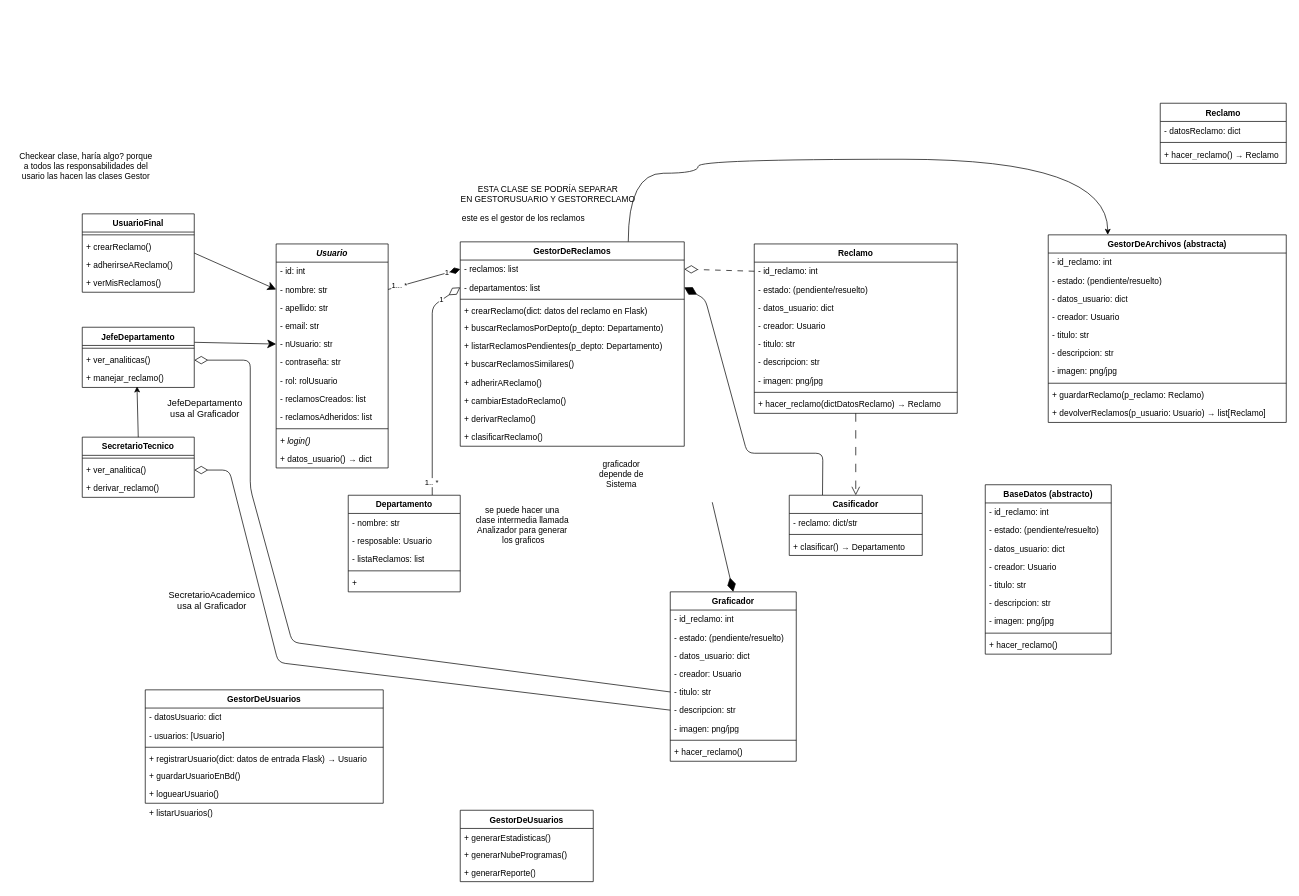
Above: page "UML" (1 of 3) of TrabajoPractico_3/docs/diagrama_UML_TP3.drawio in FelipeCarrozzo/prog_avanzada (draw.io), before the change. Source tidied: cells renumbered, new cells numbered last; positions are measured from the earlier drawing's top-left corner, leaving out a move shared by most shapes. Both pictures are drawn from the tidied source at 70%, with x=0, y=0 at pixel (12, 103).
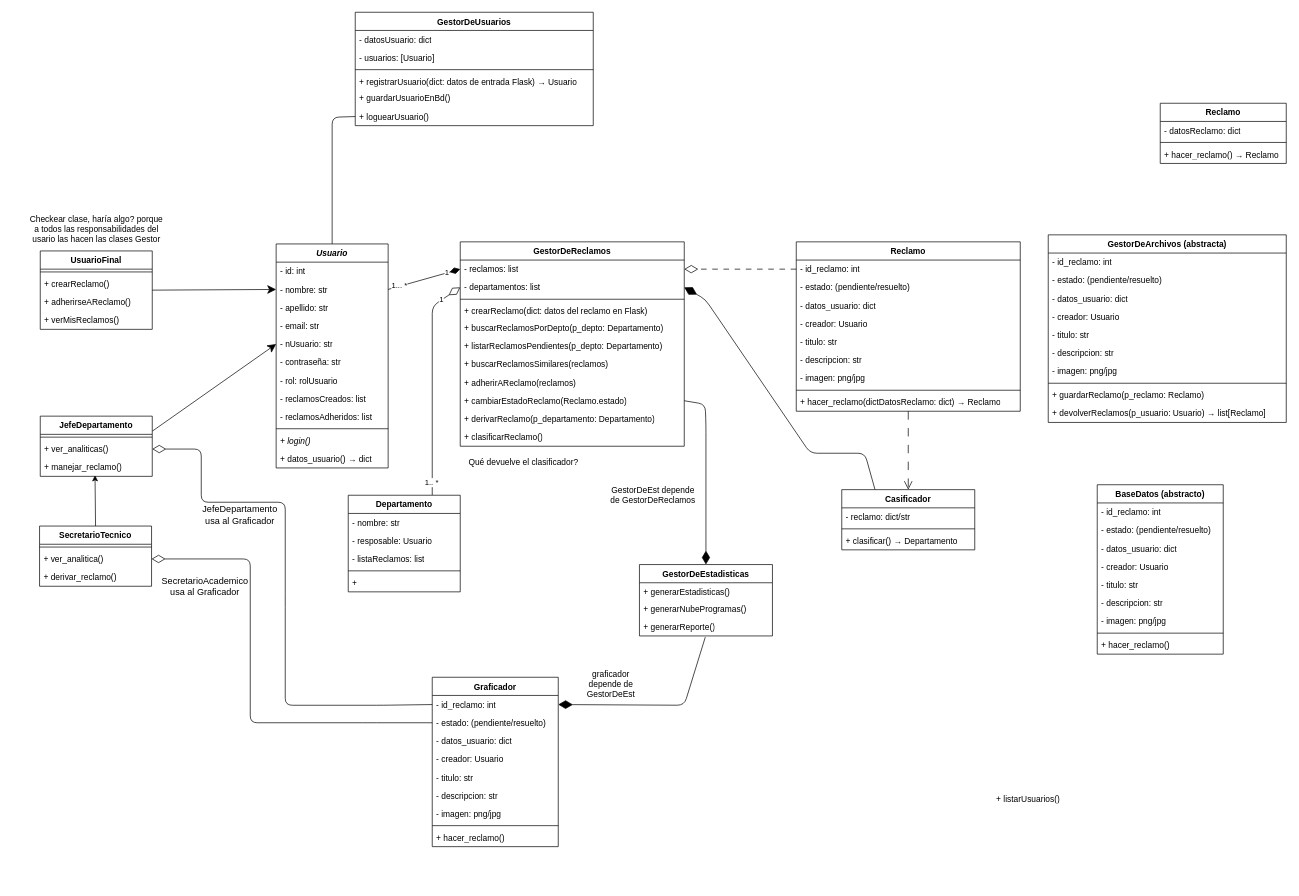
Above is the later version.

Commit message:
Cambios en el UML

The change refers to these unchanged cells:
```xml
<mxCell id="8" value="&lt;i&gt;&lt;font style=&quot;color: rgb(0, 0, 0);&quot;&gt;Usuario&lt;/font&gt;&lt;/i&gt;" style="swimlane;fontStyle=1;align=center;verticalAlign=top;horizontal=1;startSize=26;whiteSpace=wrap;html=1;" parent="1" vertex="1">
  <mxGeometry x="377" y="201" width="160" height="320" as="geometry" />
</mxCell>
<mxCell id="23" value="+ ver_analitica()" style="text;strokeColor=none;fillColor=none;align=left;verticalAlign=top;spacingLeft=4;spacingRight=4;overflow=hidden;points=[[0,0.5],[1,0.5]];portConstraint=eastwest;whiteSpace=wrap;html=1;" parent="21" vertex="1">
  <mxGeometry y="34" width="160" height="26" as="geometry" />
</mxCell>
<mxCell id="28" value="+ ver_analiticas()" style="text;strokeColor=none;fillColor=none;align=left;verticalAlign=top;spacingLeft=4;spacingRight=4;overflow=hidden;points=[[0,0.5],[1,0.5]];portConstraint=eastwest;whiteSpace=wrap;html=1;" parent="26" vertex="1">
  <mxGeometry y="34" width="160" height="26" as="geometry" />
</mxCell>
<mxCell id="56" value="GestorDeReclamos" style="swimlane;fontStyle=1;align=center;verticalAlign=top;horizontal=1;startSize=26;whiteSpace=wrap;html=1;" parent="1" vertex="1">
  <mxGeometry x="640" y="198" width="320" height="292" as="geometry" />
</mxCell>
<mxCell id="58" value="- departamentos: list" style="text;strokeColor=none;fillColor=none;align=left;verticalAlign=top;spacingLeft=4;spacingRight=4;overflow=hidden;points=[[0,0.5],[1,0.5]];portConstraint=eastwest;whiteSpace=wrap;html=1;" parent="56" vertex="1">
  <mxGeometry y="52" width="320" height="26" as="geometry" />
</mxCell>
<mxCell id="73" value="- id_reclamo: int" style="text;strokeColor=none;fillColor=none;align=left;verticalAlign=top;spacingLeft=4;spacingRight=4;overflow=hidden;points=[[0,0.5],[1,0.5]];portConstraint=eastwest;whiteSpace=wrap;html=1;" parent="72" vertex="1">
  <mxGeometry y="26" width="180" height="26" as="geometry" />
</mxCell>
<mxCell id="74" value="- estado: (pendiente/resuelto)" style="text;strokeColor=none;fillColor=none;align=left;verticalAlign=top;spacingLeft=4;spacingRight=4;overflow=hidden;points=[[0,0.5],[1,0.5]];portConstraint=eastwest;whiteSpace=wrap;html=1;" parent="72" vertex="1">
  <mxGeometry y="52" width="180" height="26" as="geometry" />
</mxCell>
<mxCell id="77" value="- titulo: str" style="text;strokeColor=none;fillColor=none;align=left;verticalAlign=top;spacingLeft=4;spacingRight=4;overflow=hidden;points=[[0,0.5],[1,0.5]];portConstraint=eastwest;whiteSpace=wrap;html=1;" parent="72" vertex="1">
  <mxGeometry y="130" width="180" height="26" as="geometry" />
</mxCell>
<mxCell id="78" value="- descripcion: str" style="text;strokeColor=none;fillColor=none;align=left;verticalAlign=top;spacingLeft=4;spacingRight=4;overflow=hidden;points=[[0,0.5],[1,0.5]];portConstraint=eastwest;whiteSpace=wrap;html=1;" parent="72" vertex="1">
  <mxGeometry y="156" width="180" height="26" as="geometry" />
</mxCell>
<mxCell id="96" value="+ loguearUsuario()" style="text;strokeColor=none;fillColor=none;align=left;verticalAlign=top;spacingLeft=4;spacingRight=4;overflow=hidden;points=[[0,0.5],[1,0.5]];portConstraint=eastwest;whiteSpace=wrap;html=1;" parent="90" vertex="1">
  <mxGeometry y="136" width="340" height="26" as="geometry" />
</mxCell>
<mxCell id="97" value="GestorDeArchivos (abstracta)" style="swimlane;fontStyle=1;align=center;verticalAlign=top;horizontal=1;startSize=26;whiteSpace=wrap;html=1;" parent="1" vertex="1">
  <mxGeometry x="1480" y="188" width="340" height="268" as="geometry" />
</mxCell>
<mxCell id="129" value="+ generarReporte()" style="text;strokeColor=none;fillColor=none;align=left;verticalAlign=top;spacingLeft=4;spacingRight=4;overflow=hidden;points=[[0,0.5],[1,0.5]];portConstraint=eastwest;whiteSpace=wrap;html=1;" parent="126" vertex="1">
  <mxGeometry y="76" width="190" height="26" as="geometry" />
</mxCell>
```

What changed in the source:
```diff
@@
     <mxCell id="3" value="UsuarioFinal" style="swimlane;fontStyle=1;align=center;verticalAlign=top;horizontal=1;startSize=26;whiteSpace=wrap;html=1;" parent="1" vertex="1">
-      <mxGeometry x="100" y="158" width="160" height="112" as="geometry" />
+      <mxGeometry x="40" y="211" width="160" height="112" as="geometry" />
     </mxCell>
@@
     <mxCell id="21" value="SecretarioTecnico" style="swimlane;fontStyle=1;align=center;verticalAlign=top;horizontal=1;startSize=26;whiteSpace=wrap;html=1;" parent="1" vertex="1">
-      <mxGeometry x="100" y="477" width="160" height="86" as="geometry" />
+      <mxGeometry x="39" y="604" width="160" height="86" as="geometry" />
     </mxCell>
@@
     <mxCell id="26" value="JefeDepartamento" style="swimlane;fontStyle=1;align=center;verticalAlign=top;horizontal=1;startSize=26;whiteSpace=wrap;html=1;" parent="1" vertex="1">
-      <mxGeometry x="100" y="320" width="160" height="86" as="geometry" />
+      <mxGeometry x="40" y="447" width="160" height="86" as="geometry" />
     </mxCell>
@@
     <mxCell id="31" value="Reclamo" style="swimlane;fontStyle=1;align=center;verticalAlign=top;horizontal=1;startSize=26;whiteSpace=wrap;html=1;" parent="1" vertex="1">
-      <mxGeometry x="1060" y="201" width="290" height="242" as="geometry" />
+      <mxGeometry x="1120" y="198" width="320" height="242" as="geometry" />
     </mxCell>
     <mxCell id="32" value="- id_reclamo: int" style="text;strokeColor=none;fillColor=none;align=left;verticalAlign=top;spacingLeft=4;spacingRight=4;overflow=hidden;points=[[0,0.5],[1,0.5]];portConstraint=eastwest;whiteSpace=wrap;html=1;" parent="31" vertex="1">
-      <mxGeometry y="26" width="290" height="26" as="geometry" />
+      <mxGeometry y="26" width="320" height="26" as="geometry" />
     </mxCell>
     <mxCell id="33" value="- estado: (pendiente/resuelto)" style="text;strokeColor=none;fillColor=none;align=left;verticalAlign=top;spacingLeft=4;spacingRight=4;overflow=hidden;whiteSpace=wrap;html=1;" parent="31" vertex="1">
-      <mxGeometry y="52" width="290" height="26" as="geometry" />
+      <mxGeometry y="52" width="320" height="26" as="geometry" />
     </mxCell>
     <mxCell id="34" value="- datos_usuario: dict" style="text;strokeColor=none;fillColor=none;align=left;verticalAlign=top;spacingLeft=4;spacingRight=4;overflow=hidden;whiteSpace=wrap;html=1;" parent="31" vertex="1">
-      <mxGeometry y="78" width="290" height="26" as="geometry" />
+      <mxGeometry y="78" width="320" height="26" as="geometry" />
     </mxCell>
     <mxCell id="35" value="- creador: Usuario" style="text;strokeColor=none;fillColor=none;align=left;verticalAlign=top;spacingLeft=4;spacingRight=4;overflow=hidden;whiteSpace=wrap;html=1;" parent="31" vertex="1">
-      <mxGeometry y="104" width="290" height="26" as="geometry" />
+      <mxGeometry y="104" width="320" height="26" as="geometry" />
     </mxCell>
     <mxCell id="36" value="- titulo: str" style="text;strokeColor=none;fillColor=none;align=left;verticalAlign=top;spacingLeft=4;spacingRight=4;overflow=hidden;whiteSpace=wrap;html=1;" parent="31" vertex="1">
-      <mxGeometry y="130" width="290" height="26" as="geometry" />
+      <mxGeometry y="130" width="320" height="26" as="geometry" />
     </mxCell>
     <mxCell id="37" value="- descripcion: str" style="text;strokeColor=none;fillColor=none;align=left;verticalAlign=top;spacingLeft=4;spacingRight=4;overflow=hidden;whiteSpace=wrap;html=1;" parent="31" vertex="1">
-      <mxGeometry y="156" width="290" height="26" as="geometry" />
+      <mxGeometry y="156" width="320" height="26" as="geometry" />
     </mxCell>
     <mxCell id="38" value="- imagen: png/jpg" style="text;strokeColor=none;fillColor=none;align=left;verticalAlign=top;spacingLeft=4;spacingRight=4;overflow=hidden;whiteSpace=wrap;html=1;" parent="31" vertex="1">
-      <mxGeometry y="182" width="290" height="26" as="geometry" />
+      <mxGeometry y="182" width="320" height="26" as="geometry" />
     </mxCell>
     <mxCell id="39" style="line;strokeWidth=1;fillColor=none;align=left;verticalAlign=middle;spacingTop=-1;spacingLeft=3;spacingRight=3;labelPosition=right;strokeColor=inherit;" parent="31" vertex="1">
-      <mxGeometry y="208" width="290" height="8" as="geometry" />
+      <mxGeometry y="208" width="320" height="8" as="geometry" />
     </mxCell>
-    <mxCell id="40" value="&lt;font style=&quot;color: rgb(0, 0, 0);&quot;&gt;+ hacer_reclamo(dictDatosReclamo)&amp;nbsp;→ Reclamo&lt;/font&gt;" style="text;strokeColor=none;fillColor=none;align=left;verticalAlign=top;spacingLeft=4;spacingRight=4;overflow=hidden;whiteSpace=wrap;html=1;" parent="31" vertex="1">
-      <mxGeometry y="216" width="290" height="26" as="geometry" />
+    <mxCell id="40" value="&lt;font style=&quot;color: rgb(0, 0, 0);&quot;&gt;+ hacer_reclamo(dictDatosReclamo: dict)&amp;nbsp;→ Reclamo&lt;/font&gt;" style="text;strokeColor=none;fillColor=none;align=left;verticalAlign=top;spacingLeft=4;spacingRight=4;overflow=hidden;whiteSpace=wrap;html=1;" parent="31" vertex="1">
+      <mxGeometry y="216" width="320" height="26" as="geometry" />
     </mxCell>
-    <mxCell id="41" style="edgeStyle=none;html=1;exitX=0.25;exitY=0;exitDx=0;exitDy=0;endArrow=diamondThin;endFill=1;endSize=18;entryX=1;entryY=0.5;entryDx=0;entryDy=0;" parent="1" edge="1" source="42" target="58">
+    <mxCell id="41" style="edgeStyle=none;html=1;endArrow=diamondThin;endFill=1;endSize=18;entryX=1;entryY=0.5;entryDx=0;entryDy=0;exitX=0.25;exitY=0;exitDx=0;exitDy=0;" parent="1" edge="1" source="42" target="58">
       <mxGeometry relative="1" as="geometry">
         <Array as="points">
-          <mxPoint x="1158" y="500" />
-          <mxPoint x="1050" y="500" />
+          <mxPoint x="1218" y="500" />
+          <mxPoint x="1140" y="500" />
           <mxPoint x="990" y="280" />
         </Array>
       </mxGeometry>
     </mxCell>
     <mxCell id="42" value="Casificador" style="swimlane;fontStyle=1;align=center;verticalAlign=top;horizontal=1;startSize=26;whiteSpace=wrap;html=1;" parent="1" vertex="1">
-      <mxGeometry x="1110" y="560" width="190" height="86" as="geometry" />
+      <mxGeometry x="1185" y="552" width="190" height="86" as="geometry" />
     </mxCell>
@@
-    <mxCell id="55" style="edgeStyle=orthogonalEdgeStyle;html=1;exitX=0.75;exitY=0;exitDx=0;exitDy=0;entryX=0.25;entryY=0;entryDx=0;entryDy=0;curved=1;" parent="1" edge="1" source="56" target="97">
-      <mxGeometry relative="1" as="geometry">
-        <Array as="points">
-          <mxPoint x="880" y="100" />
-          <mxPoint x="980" y="100" />
-          <mxPoint x="980" y="80" />
-          <mxPoint x="1565" y="80" />
-        </Array>
-      </mxGeometry>
-    </mxCell>
@@
-    <mxCell id="63" value="+ buscarReclamosSimilares()" style="text;strokeColor=none;fillColor=none;align=left;verticalAlign=top;spacingLeft=4;spacingRight=4;overflow=hidden;whiteSpace=wrap;html=1;" parent="56" vertex="1">
+    <mxCell id="63" value="+ buscarReclamosSimilares(reclamos)" style="text;strokeColor=none;fillColor=none;align=left;verticalAlign=top;spacingLeft=4;spacingRight=4;overflow=hidden;whiteSpace=wrap;html=1;" parent="56" vertex="1">
       <mxGeometry y="162" width="320" height="26" as="geometry" />
     </mxCell>
-    <mxCell id="64" value="+ adherirAReclamo()" style="text;strokeColor=none;fillColor=none;align=left;verticalAlign=top;spacingLeft=4;spacingRight=4;overflow=hidden;whiteSpace=wrap;html=1;" parent="56" vertex="1">
+    <mxCell id="64" value="+ adherirAReclamo(reclamos)" style="text;strokeColor=none;fillColor=none;align=left;verticalAlign=top;spacingLeft=4;spacingRight=4;overflow=hidden;whiteSpace=wrap;html=1;" parent="56" vertex="1">
       <mxGeometry y="188" width="320" height="26" as="geometry" />
     </mxCell>
-    <mxCell id="65" value="+ cambiarEstadoReclamo()" style="text;strokeColor=none;fillColor=none;align=left;verticalAlign=top;spacingLeft=4;spacingRight=4;overflow=hidden;points=[[0,0.5],[1,0.5]];portConstraint=eastwest;whiteSpace=wrap;html=1;" parent="56" vertex="1">
+    <mxCell id="65" value="+ cambiarEstadoReclamo(Reclamo.estado)" style="text;strokeColor=none;fillColor=none;align=left;verticalAlign=top;spacingLeft=4;spacingRight=4;overflow=hidden;points=[[0,0.5],[1,0.5]];portConstraint=eastwest;whiteSpace=wrap;html=1;" parent="56" vertex="1">
       <mxGeometry y="214" width="320" height="26" as="geometry" />
     </mxCell>
-    <mxCell id="66" value="+ derivarReclamo()" style="text;strokeColor=none;fillColor=none;align=left;verticalAlign=top;spacingLeft=4;spacingRight=4;overflow=hidden;whiteSpace=wrap;html=1;" parent="56" vertex="1">
+    <mxCell id="66" value="+ derivarReclamo(p_departamento: Departamento)" style="text;strokeColor=none;fillColor=none;align=left;verticalAlign=top;spacingLeft=4;spacingRight=4;overflow=hidden;whiteSpace=wrap;html=1;" parent="56" vertex="1">
       <mxGeometry y="240" width="320" height="26" as="geometry" />
     </mxCell>
@@
     <mxCell id="72" value="Graficador" style="swimlane;fontStyle=1;align=center;verticalAlign=top;horizontal=1;startSize=26;whiteSpace=wrap;html=1;" parent="1" vertex="1">
-      <mxGeometry x="940" y="698" width="180" height="242" as="geometry" />
+      <mxGeometry x="600" y="820" width="180" height="242" as="geometry" />
     </mxCell>
@@
-    <mxCell id="82" style="edgeStyle=none;html=1;entryX=0.5;entryY=0;entryDx=0;entryDy=0;endArrow=diamondThin;endFill=1;endSize=18;" parent="1" edge="1" target="72">
+    <mxCell id="82" style="edgeStyle=none;html=1;entryX=1;entryY=0.5;entryDx=0;entryDy=0;endArrow=diamondThin;endFill=1;endSize=18;exitX=0.495;exitY=1.066;exitDx=0;exitDy=0;exitPerimeter=0;" parent="1" edge="1" source="129" target="73">
       <mxGeometry relative="1" as="geometry">
-        <mxPoint x="1000" y="570" as="sourcePoint" />
+        <Array as="points">
+          <mxPoint x="960" y="860" />
+        </Array>
       </mxGeometry>
     </mxCell>
-    <mxCell id="83" value="&lt;font style=&quot;color: rgb(0, 0, 0);&quot;&gt;graficador&lt;/font&gt;&lt;div&gt;&lt;font style=&quot;color: rgb(0, 0, 0);&quot;&gt;depende de&lt;/font&gt;&lt;/div&gt;&lt;div&gt;&lt;font style=&quot;color: rgb(0, 0, 0);&quot;&gt;Sistema&lt;/font&gt;&lt;/div&gt;" style="text;html=1;align=center;verticalAlign=middle;strokeColor=none;fillColor=none;" parent="1" vertex="1">
-      <mxGeometry x="825" y="500" width="90" height="60" as="geometry" />
+    <mxCell id="83" value="&lt;font style=&quot;color: rgb(0, 0, 0);&quot;&gt;graficador&lt;/font&gt;&lt;div&gt;&lt;font style=&quot;color: rgb(0, 0, 0);&quot;&gt;depende de&lt;/font&gt;&lt;/div&gt;&lt;div&gt;&lt;font style=&quot;color: rgb(0, 0, 0);&quot;&gt;GestorDeEst&lt;/font&gt;&lt;/div&gt;" style="text;html=1;align=center;verticalAlign=middle;strokeColor=none;fillColor=none;" parent="1" vertex="1">
+      <mxGeometry x="810" y="800" width="90" height="60" as="geometry" />
     </mxCell>
-    <mxCell id="84" style="edgeStyle=none;html=1;exitX=0;exitY=0.5;exitDx=0;exitDy=0;endArrow=diamondThin;endFill=0;endSize=17;entryX=1;entryY=0.5;entryDx=0;entryDy=0;" parent="1" edge="1" source="77" target="28">
+    <mxCell id="84" style="edgeStyle=none;html=1;exitX=0;exitY=0.5;exitDx=0;exitDy=0;endArrow=diamondThin;endFill=0;endSize=17;entryX=1;entryY=0.5;entryDx=0;entryDy=0;" parent="1" edge="1" source="73" target="28">
       <mxGeometry relative="1" as="geometry">
         <Array as="points">
-          <mxPoint x="400" y="770" />
-          <mxPoint x="340" y="550" />
-          <mxPoint x="340" y="367" />
+          <mxPoint x="530" y="860" />
+          <mxPoint x="390" y="860" />
+          <mxPoint x="390" y="710" />
+          <mxPoint x="390" y="570" />
+          <mxPoint x="270" y="570" />
+          <mxPoint x="270" y="494" />
         </Array>
       </mxGeometry>
     </mxCell>
     <mxCell id="85" value="&lt;font style=&quot;font-size: 13px;&quot;&gt;JefeDepartamento&lt;/font&gt;&lt;div&gt;&lt;font style=&quot;font-size: 13px;&quot;&gt;usa al Graficador&lt;/font&gt;&lt;/div&gt;" style="text;html=1;align=center;verticalAlign=middle;strokeColor=none;fillColor=none;" parent="1" vertex="1">
-      <mxGeometry x="210" y="416" width="130" height="40" as="geometry" />
+      <mxGeometry x="260" y="568" width="130" height="40" as="geometry" />
     </mxCell>
-    <mxCell id="86" style="edgeStyle=none;html=1;exitX=0;exitY=0.5;exitDx=0;exitDy=0;endArrow=diamondThin;endFill=0;endSize=17;entryX=1;entryY=0.5;entryDx=0;entryDy=0;" parent="1" edge="1" source="78" target="23">
+    <mxCell id="86" style="edgeStyle=none;html=1;exitX=0;exitY=0.5;exitDx=0;exitDy=0;endArrow=diamondThin;endFill=0;endSize=17;entryX=1;entryY=0.5;entryDx=0;entryDy=0;" parent="1" edge="1" source="74" target="23">
       <mxGeometry relative="1" as="geometry">
         <Array as="points">
-          <mxPoint x="380" y="799" />
-          <mxPoint x="310" y="524" />
+          <mxPoint x="510" y="885" />
+          <mxPoint x="340" y="885" />
+          <mxPoint x="340" y="651" />
         </Array>
       </mxGeometry>
     </mxCell>
     <mxCell id="87" value="&lt;span style=&quot;font-size: 13px;&quot;&gt;SecretarioAcademico&lt;/span&gt;&lt;br&gt;&lt;div&gt;&lt;font style=&quot;font-size: 13px;&quot;&gt;usa al Graficador&lt;/font&gt;&lt;/div&gt;" style="text;html=1;align=center;verticalAlign=middle;strokeColor=none;fillColor=none;" parent="1" vertex="1">
-      <mxGeometry x="210" y="690" width="150" height="40" as="geometry" />
+      <mxGeometry x="200" y="670" width="150" height="40" as="geometry" />
     </mxCell>
-    <mxCell id="88" value="este es el gestor de los reclamos" style="text;html=1;align=center;verticalAlign=middle;strokeColor=none;fillColor=none;" parent="1" vertex="1">
-      <mxGeometry x="630" y="150" width="200" height="30" as="geometry" />
-    </mxCell>
-    <mxCell id="89" value="&lt;font style=&quot;color: rgb(0, 0, 0);&quot;&gt;se puede hacer una&amp;nbsp;&lt;/font&gt;&lt;div&gt;&lt;font style=&quot;color: rgb(0, 0, 0);&quot;&gt;&lt;font&gt;clase&amp;nbsp;&lt;/font&gt;&lt;span style=&quot;background-color: transparent;&quot;&gt;intermedia llamada&amp;nbsp;&lt;/span&gt;&lt;/font&gt;&lt;/div&gt;&lt;div&gt;&lt;font style=&quot;color: rgb(0, 0, 0);&quot;&gt;&lt;span style=&quot;background-color: transparent;&quot;&gt;Analizador&amp;nbsp;&lt;/span&gt;&lt;span style=&quot;background-color: transparent;&quot;&gt;para generar&amp;nbsp;&lt;/span&gt;&lt;/font&gt;&lt;/div&gt;&lt;div&gt;&lt;span style=&quot;background-color: transparent;&quot;&gt;&lt;font style=&quot;color: rgb(0, 0, 0);&quot;&gt;los graficos&lt;/font&gt;&lt;/span&gt;&lt;/div&gt;" style="text;html=1;align=center;verticalAlign=middle;strokeColor=none;fillColor=none;" parent="1" vertex="1">
-      <mxGeometry x="650" y="568" width="160" height="70" as="geometry" />
-    </mxCell>
     <mxCell id="90" value="GestorDeUsuarios" style="swimlane;fontStyle=1;align=center;verticalAlign=top;horizontal=1;startSize=26;whiteSpace=wrap;html=1;" parent="1" vertex="1">
-      <mxGeometry x="190" y="838" width="340" height="162" as="geometry" />
+      <mxGeometry x="490" y="-130" width="340" height="162" as="geometry" />
     </mxCell>
@@
     <mxCell id="108" value="BaseDatos (abstracto)" style="swimlane;fontStyle=1;align=center;verticalAlign=top;horizontal=1;startSize=26;whiteSpace=wrap;html=1;" parent="1" vertex="1">
-      <mxGeometry x="1390" y="545" width="180" height="242" as="geometry" />
+      <mxGeometry x="1550" y="545" width="180" height="242" as="geometry" />
     </mxCell>
@@
-    <mxCell id="118" value="ESTA CLASE SE PODRÍA SEPARAR&lt;br&gt;&lt;div&gt;EN GESTORUSUARIO Y GESTORRECLAMO&lt;/div&gt;" style="text;html=1;align=center;verticalAlign=middle;strokeColor=none;fillColor=none;" parent="1" vertex="1">
-      <mxGeometry x="630" y="110" width="270" height="40" as="geometry" />
-    </mxCell>
@@
     <mxCell id="120" value="Checkear clase, haría algo? porque&lt;div&gt;a todos las responsabilidades del&lt;/div&gt;&lt;div&gt;usario las hacen las clases Gestor&lt;/div&gt;" style="text;html=1;align=center;verticalAlign=middle;strokeColor=none;fillColor=none;" parent="1" vertex="1">
-      <mxGeometry y="60" width="210" height="60" as="geometry" />
+      <mxGeometry x="15" y="150" width="210" height="60" as="geometry" />
     </mxCell>
     <mxCell id="121" value="+ listarUsuarios()" style="text;strokeColor=none;fillColor=none;align=left;verticalAlign=top;spacingLeft=4;spacingRight=4;overflow=hidden;whiteSpace=wrap;html=1;" parent="1" vertex="1">
-      <mxGeometry x="190" y="1000" width="340" height="26" as="geometry" />
+      <mxGeometry x="1400" y="980" width="340" height="26" as="geometry" />
     </mxCell>
@@
-    <mxCell id="126" value="GestorDeUsuarios" style="swimlane;fontStyle=1;align=center;verticalAlign=top;horizontal=1;startSize=26;whiteSpace=wrap;html=1;" parent="1" vertex="1">
-      <mxGeometry x="640" y="1010" width="190" height="102" as="geometry" />
+    <mxCell id="126" value="GestorDeEstadisticas" style="swimlane;fontStyle=1;align=center;verticalAlign=top;horizontal=1;startSize=26;whiteSpace=wrap;html=1;" parent="1" vertex="1">
+      <mxGeometry x="896" y="659" width="190" height="102" as="geometry" />
     </mxCell>
@@
+    <mxCell id="130" style="edgeStyle=none;html=1;exitX=1;exitY=0.5;exitDx=0;exitDy=0;entryX=0.5;entryY=0;entryDx=0;entryDy=0;endArrow=diamondThin;endFill=1;endSize=17;" parent="1" edge="1" source="65" target="126">
+      <mxGeometry relative="1" as="geometry">
+        <Array as="points">
+          <mxPoint x="990" y="430" />
+          <mxPoint x="991" y="460" />
+        </Array>
+      </mxGeometry>
+    </mxCell>
+    <mxCell id="131" value="&lt;div&gt;&lt;font style=&quot;color: rgb(0, 0, 0);&quot;&gt;GestorDeEst depende&lt;/font&gt;&lt;/div&gt;&lt;div&gt;&lt;font style=&quot;color: rgb(0, 0, 0);&quot;&gt;de GestorDeReclamos&lt;/font&gt;&lt;/div&gt;" style="text;html=1;align=center;verticalAlign=middle;strokeColor=none;fillColor=none;" parent="1" vertex="1">
+      <mxGeometry x="845" y="540" width="140" height="40" as="geometry" />
+    </mxCell>
+    <mxCell id="132" style="edgeStyle=none;html=1;exitX=0;exitY=0.5;exitDx=0;exitDy=0;entryX=0.5;entryY=0;entryDx=0;entryDy=0;endArrow=none;endFill=0;" parent="1" edge="1" source="96" target="8">
+      <mxGeometry relative="1" as="geometry">
+        <Array as="points">
+          <mxPoint x="457" y="20" />
+        </Array>
+      </mxGeometry>
+    </mxCell>
+    <mxCell id="133" value="Qué devuelve el clasificador?" style="text;html=1;align=center;verticalAlign=middle;strokeColor=none;fillColor=none;" parent="1" vertex="1">
+      <mxGeometry x="640" y="498" width="180" height="30" as="geometry" />
+    </mxCell>
```
